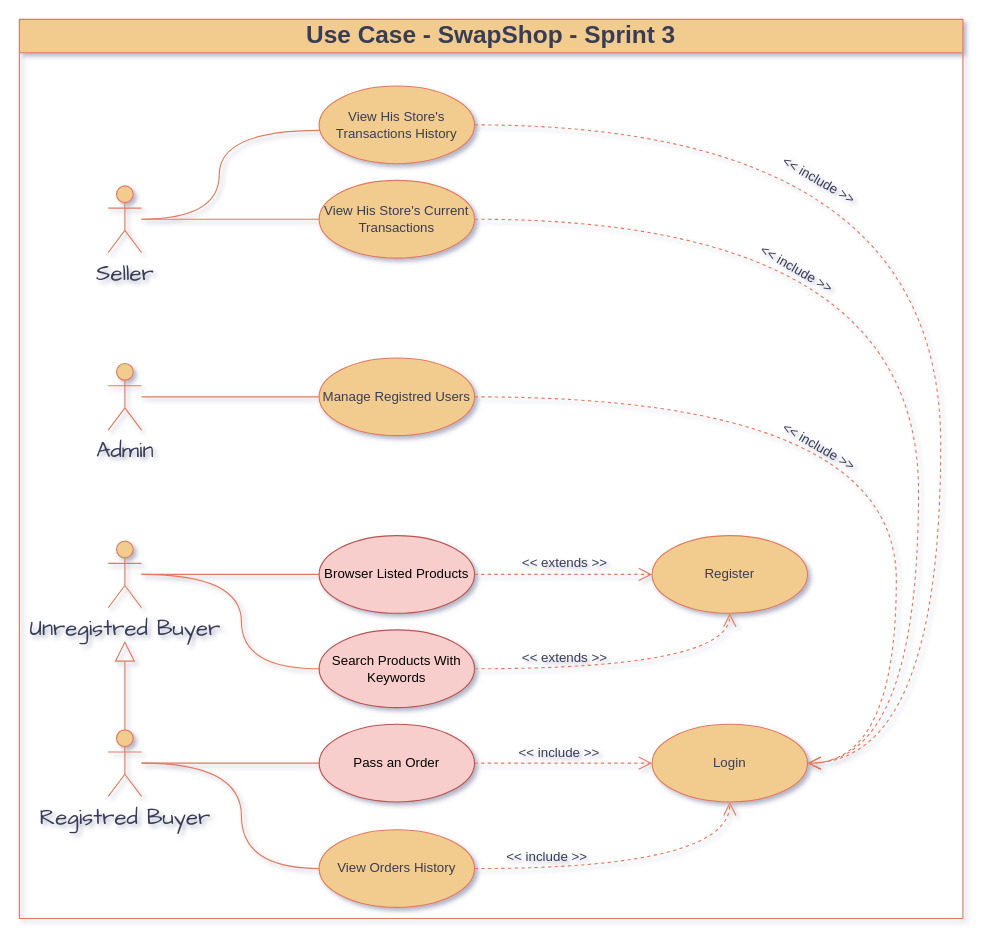
Earlier version of the draw.io diagram Project Documentations/Conception/Modélisation UML/Analyse/Use Case Diagram - Sprint 3.drawio (AhmedTrabelsy/SwapShop). Source tidied: cells renumbered, new cells numbered last; positions are measured from the earlier drawing's top-left corner, leaving out a move shared by most shapes. Both pictures are drawn from the tidied source at 111%, with x=0, y=0 at pixel (19, 19).
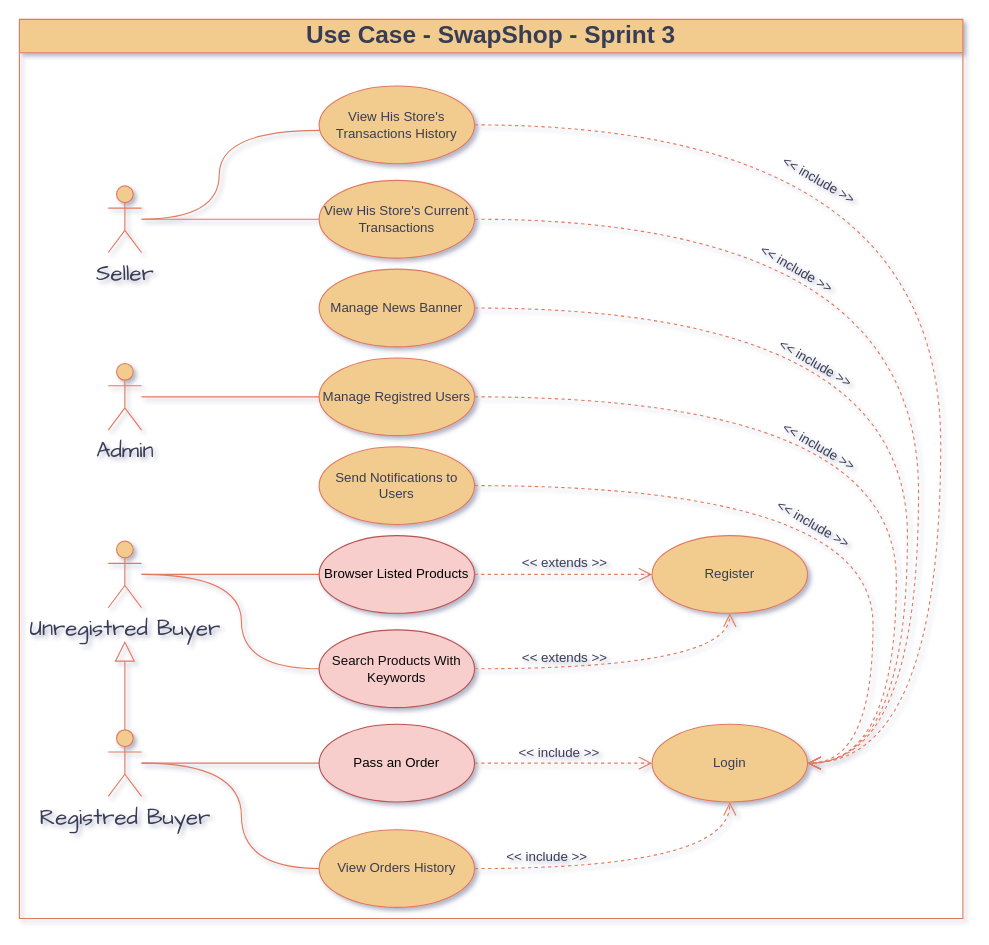
Above is the later version.

Commit message (it also covers changes not shown here):
add notifications and news use cases (use case diagram)

The change refers to these unchanged cells:
```xml
<mxCell id="17" value="Login" style="ellipse;whiteSpace=wrap;html=1;strokeColor=#E07A5F;fontColor=#393C56;fillColor=#F2CC8F;labelBackgroundColor=none;" parent="1" vertex="1">
  <mxGeometry x="570" y="635" width="140" height="70" as="geometry" />
</mxCell>
<mxCell id="37" value="&lt;font style=&quot;font-size: 22px;&quot;&gt;Use Case - SwapShop - Sprint 3&lt;/font&gt;" style="swimlane;whiteSpace=wrap;html=1;strokeColor=#E07A5F;fontColor=#393C56;fillColor=#F2CC8F;startSize=30;" parent="1" vertex="1">
  <mxGeometry width="850" height="810" as="geometry" />
</mxCell>
```

Diff of the diagram source:
```diff
@@
-    <mxCell id="19" value="Browser Listed Products" style="ellipse;whiteSpace=wrap;html=1;strokeColor=#b85450;fillColor=#f8cecc;labelBackgroundColor=none;" parent="1" vertex="1">
+    <mxCell id="19" value="&lt;font color=&quot;#000000&quot;&gt;Browser Listed Products&lt;/font&gt;" style="ellipse;whiteSpace=wrap;html=1;strokeColor=#b85450;fillColor=#f8cecc;labelBackgroundColor=none;" parent="1" vertex="1">
       <mxGeometry x="270" y="465" width="140" height="70" as="geometry" />
     </mxCell>
-    <mxCell id="20" value="Search Products With Keywords" style="ellipse;whiteSpace=wrap;html=1;strokeColor=#b85450;fillColor=#f8cecc;labelBackgroundColor=none;" parent="1" vertex="1">
+    <mxCell id="20" value="&lt;font color=&quot;#0a0a0a&quot;&gt;Search Products With Keywords&lt;/font&gt;" style="ellipse;whiteSpace=wrap;html=1;strokeColor=#b85450;fillColor=#f8cecc;labelBackgroundColor=none;" parent="1" vertex="1">
       <mxGeometry x="270" y="550" width="140" height="70" as="geometry" />
     </mxCell>
@@
-    <mxCell id="23" value="Pass an Order" style="ellipse;whiteSpace=wrap;html=1;strokeColor=#b85450;fillColor=#f8cecc;labelBackgroundColor=none;" parent="1" vertex="1">
+    <mxCell id="23" value="&lt;font color=&quot;#000000&quot;&gt;Pass an Order&lt;/font&gt;" style="ellipse;whiteSpace=wrap;html=1;strokeColor=#b85450;fillColor=#f8cecc;labelBackgroundColor=none;" parent="1" vertex="1">
       <mxGeometry x="270" y="635" width="140" height="70" as="geometry" />
     </mxCell>
@@
+    <mxCell id="38" style="edgeStyle=orthogonalEdgeStyle;jettySize=auto;html=1;strokeColor=#E07A5F;fontColor=#393C56;fillColor=#F2CC8F;dashed=1;endArrow=open;endFill=0;endSize=10;curved=1;exitX=1;exitY=0.5;exitDx=0;exitDy=0;entryX=1;entryY=0.5;entryDx=0;entryDy=0;" parent="1" edge="1" source="40" target="17">
+      <mxGeometry relative="1" as="geometry">
+        <Array as="points">
+          <mxPoint x="769" y="420" />
+          <mxPoint x="769" y="670" />
+        </Array>
+      </mxGeometry>
+    </mxCell>
+    <mxCell id="39" style="edgeStyle=orthogonalEdgeStyle;jettySize=auto;html=1;strokeColor=#E07A5F;fontColor=#393C56;fillColor=#F2CC8F;dashed=1;endArrow=open;endFill=0;endSize=10;curved=1;entryX=1;entryY=0.5;entryDx=0;entryDy=0;" parent="1" edge="1" source="41" target="17">
+      <mxGeometry relative="1" as="geometry">
+        <Array as="points">
+          <mxPoint x="800" y="260" />
+          <mxPoint x="800" y="670" />
+        </Array>
+      </mxGeometry>
+    </mxCell>
@@
+    <mxCell id="40" value="Send Notifications to Users" style="ellipse;whiteSpace=wrap;html=1;strokeColor=#E07A5F;fontColor=#393C56;fillColor=#F2CC8F;labelBackgroundColor=none;" parent="37" vertex="1">
+      <mxGeometry x="270" y="385" width="140" height="70" as="geometry" />
+    </mxCell>
+    <mxCell id="41" value="Manage News Banner" style="ellipse;whiteSpace=wrap;html=1;strokeColor=#E07A5F;fontColor=#393C56;fillColor=#F2CC8F;labelBackgroundColor=none;" parent="37" vertex="1">
+      <mxGeometry x="270" y="225" width="140" height="70" as="geometry" />
+    </mxCell>
+    <mxCell id="42" value="&amp;lt;&amp;lt; include &amp;gt;&amp;gt;" style="text;html=1;align=center;verticalAlign=middle;strokeColor=none;fillColor=none;fontColor=#393C56;rotation=30;" parent="37" vertex="1">
+      <mxGeometry x="665" y="440" width="100" height="30" as="geometry" />
+    </mxCell>
+    <mxCell id="43" value="&amp;lt;&amp;lt; include &amp;gt;&amp;gt;" style="text;html=1;align=center;verticalAlign=middle;strokeColor=none;fillColor=none;fontColor=#393C56;rotation=30;" parent="37" vertex="1">
+      <mxGeometry x="667" y="295" width="100" height="30" as="geometry" />
+    </mxCell>
```
